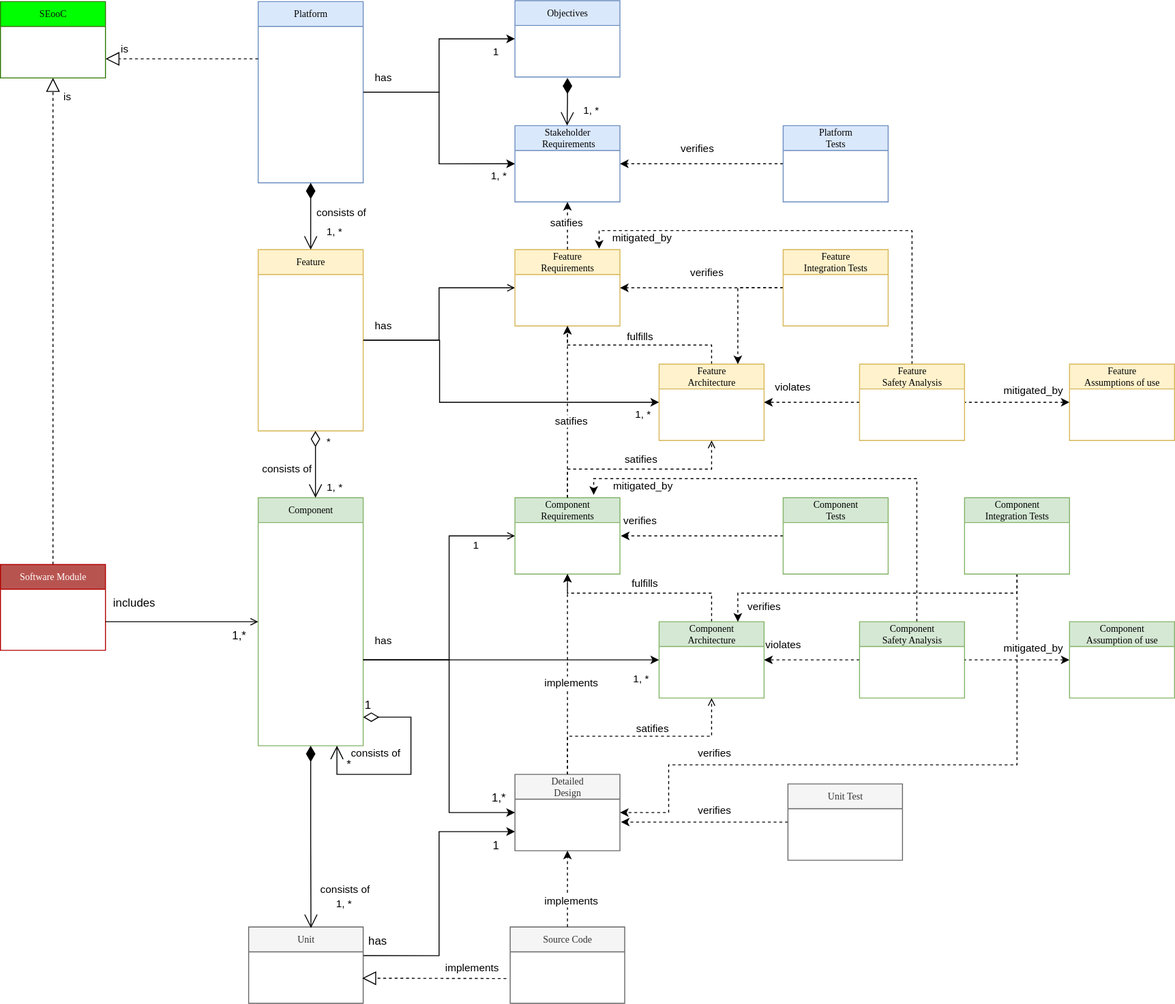
Earlier version of the draw.io export main/_images/score_building_blocks_meta_model.drawio.svg (eclipse-score/process_description). Source tidied: cells renumbered, new cells last; positions are measured from the earlier drawing's top-left corner, leaving out a move shared by most shapes.
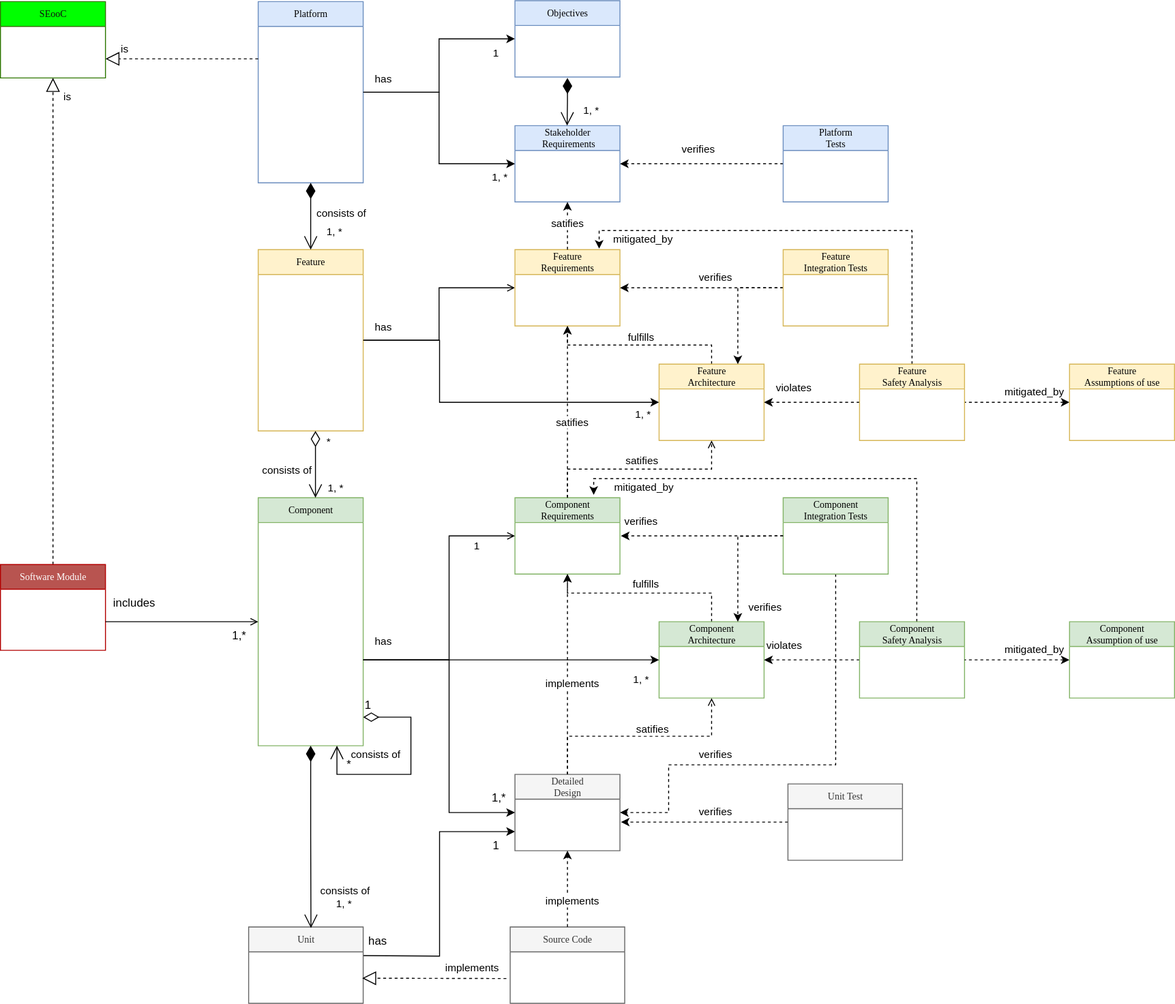
After the commit.

What changed in the source:
```diff
@@ -355,37 +355,25 @@
     </mxCell>
     <mxCell id="78" value="verifies" style="edgeLabel;html=1;align=center;verticalAlign=middle;" parent="1" vertex="1">
       <mxGeometry x="740" y="291" as="geometry">
-        <mxPoint y="-6" as="offset" />
+        <mxPoint x="8" y="-2" as="offset" />
       </mxGeometry>
     </mxCell>
-    <mxCell id="79" style="edgeStyle=orthogonalEdgeStyle;rounded=0;jettySize=auto;html=1;dashed=1;exitX=0;exitY=0.5;exitDx=0;exitDy=0;" parent="1" edge="1" source="97">
+    <mxCell id="79" style="edgeStyle=orthogonalEdgeStyle;rounded=0;jettySize=auto;html=1;dashed=1;exitX=0;exitY=0.5;exitDx=0;exitDy=0;" parent="1" edge="1" source="82">
       <mxGeometry relative="1" as="geometry">
         <mxPoint x="650" y="561" as="targetPoint" />
-        <Array as="points">
-          <mxPoint x="710" y="561" />
-          <mxPoint x="710" y="561" />
-        </Array>
       </mxGeometry>
     </mxCell>
-    <mxCell id="80" style="edgeStyle=orthogonalEdgeStyle;rounded=0;jettySize=auto;html=1;entryX=0.75;entryY=0;entryDx=0;entryDy=0;dashed=1;" parent="1" edge="1" source="82" target="43">
-      <mxGeometry relative="1" as="geometry">
-        <Array as="points">
-          <mxPoint x="1065" y="621" />
-          <mxPoint x="773" y="621" />
-        </Array>
-      </mxGeometry>
-    </mxCell>
-    <mxCell id="81" style="edgeStyle=orthogonalEdgeStyle;rounded=0;jettySize=auto;html=1;entryX=1;entryY=0.5;entryDx=0;entryDy=0;dashed=1;startArrow=none;startFill=0;endArrow=classic;endFill=1;" parent="1" edge="1" source="82" target="48">
+    <mxCell id="81" style="edgeStyle=orthogonalEdgeStyle;rounded=0;jettySize=auto;html=1;entryX=1;entryY=0.5;entryDx=0;entryDy=0;dashed=1;startArrow=none;startFill=0;endArrow=classic;endFill=1;exitX=0.5;exitY=1;exitDx=0;exitDy=0;" parent="1" edge="1" source="82" target="48">
       <mxGeometry relative="1" as="geometry">
         <Array as="points">
-          <mxPoint x="1065" y="801" />
+          <mxPoint x="875" y="801" />
           <mxPoint x="700" y="801" />
           <mxPoint x="700" y="851" />
         </Array>
       </mxGeometry>
     </mxCell>
     <mxCell id="82" value="Component&lt;br&gt;Integration Tests" style="swimlane;html=1;fontStyle=0;horizontal=1;startSize=26;fillColor=#d5e8d4;swimlaneFillColor=#ffffff;rounded=0;shadow=0;comic=0;labelBackgroundColor=none;strokeWidth=1;fontFamily=Verdana;fontSize=10;align=center;strokeColor=#82b366;" parent="1" vertex="1">
-      <mxGeometry x="1010" y="521" width="110" height="80" as="geometry" />
+      <mxGeometry x="820" y="521" width="110" height="80" as="geometry" />
     </mxCell>
     <mxCell id="83" value="verifies" style="edgeLabel;html=1;align=center;verticalAlign=middle;" parent="1" vertex="1">
       <mxGeometry x="670" y="551" as="geometry">
@@ -451,9 +439,6 @@
         <mxPoint x="-12" y="278" as="offset" />
       </mxGeometry>
     </mxCell>
-    <mxCell id="97" value="Component&lt;br&gt;Tests" style="swimlane;html=1;fontStyle=0;horizontal=1;startSize=26;fillColor=#d5e8d4;swimlaneFillColor=#ffffff;rounded=0;shadow=0;comic=0;labelBackgroundColor=none;strokeWidth=1;fontFamily=Verdana;fontSize=10;align=center;strokeColor=#82b366;" parent="1" vertex="1">
-      <mxGeometry x="820" y="521" width="110" height="80" as="geometry" />
-    </mxCell>
     <mxCell id="98" value="verifies" style="edgeLabel;html=1;align=center;verticalAlign=middle;" parent="1" vertex="1">
       <mxGeometry x="800" y="641" as="geometry">
         <mxPoint y="-6" as="offset" />
@@ -468,5 +453,10 @@
     <mxCell id="101" value="1,*" style="text;html=1;align=center;verticalAlign=middle;strokeColor=none;fillColor=none;" parent="1" vertex="1">
       <mxGeometry x="502.4" y="821" width="40" height="30" as="geometry" />
     </mxCell>
+    <mxCell id="102" style="edgeStyle=orthogonalEdgeStyle;rounded=0;jettySize=auto;html=1;entryX=0.75;entryY=0;entryDx=0;entryDy=0;dashed=1;" parent="1" edge="1" target="43">
+      <mxGeometry relative="1" as="geometry">
+        <mxPoint x="820" y="561" as="sourcePoint" />
+      </mxGeometry>
+    </mxCell>
   </root>
 </mxGraphModel>
```
